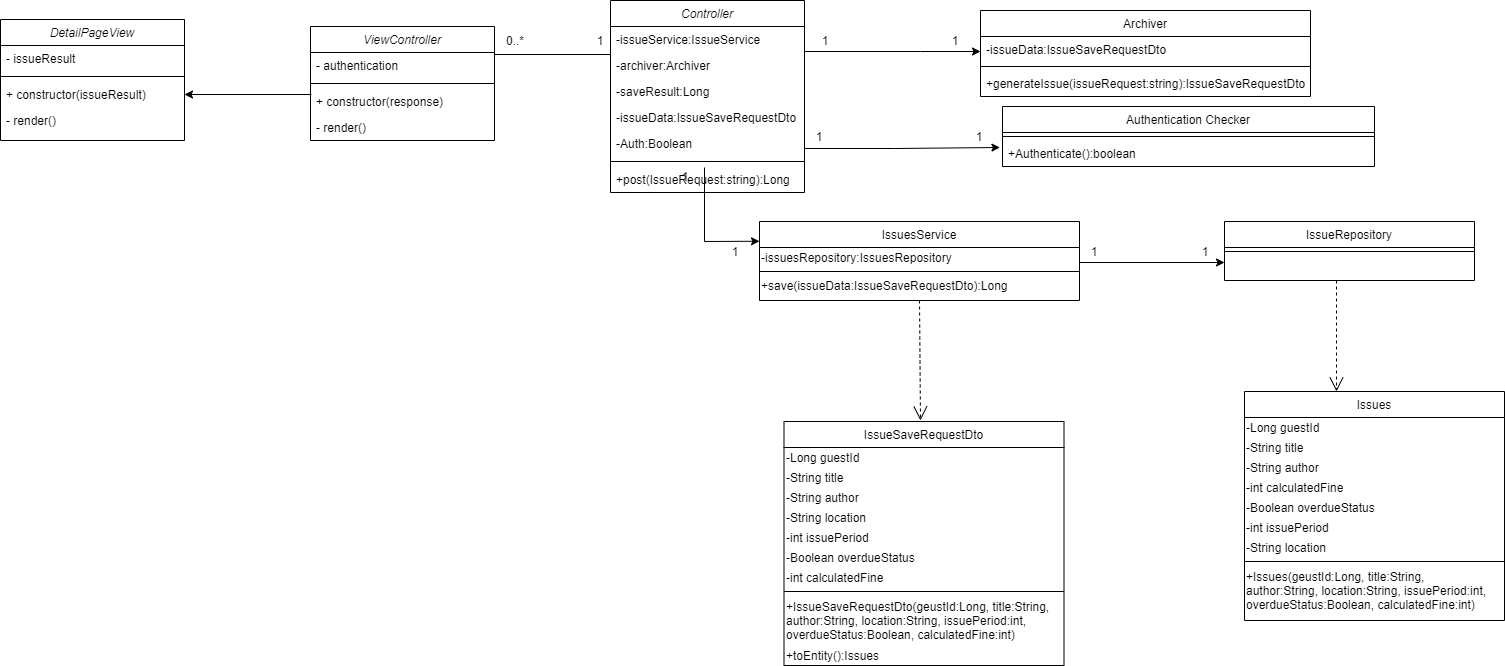
The draw.io diagram docs/ClassDiagram/diagram_images/CD-UC-09.png in youngkwon02/Enhanced-library-management, before a commit. Source tidied: cells renumbered, new cells last; positions are measured from the earlier drawing's top-left corner, leaving out a move shared by most shapes.
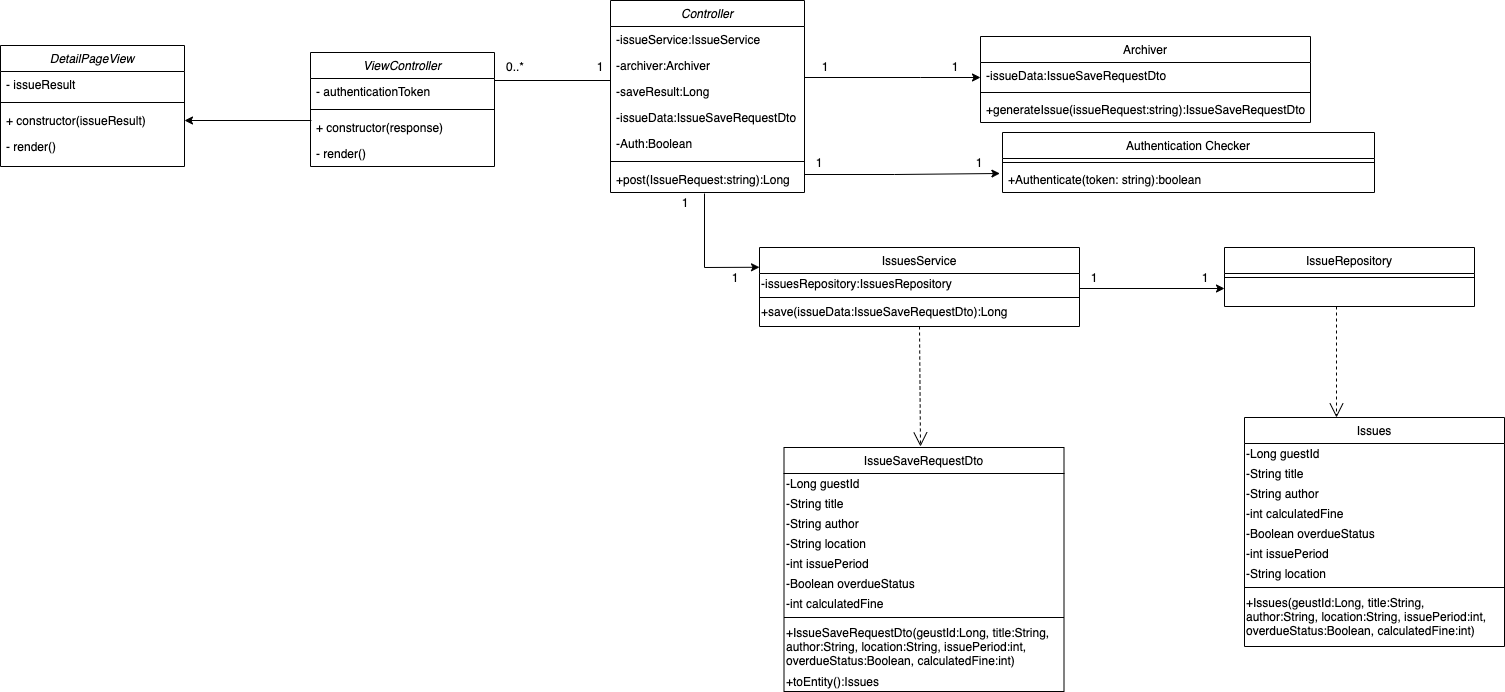
Later version of the same file.

Diff of the diagram source:
```diff
@@ -15,7 +15,7 @@
       <mxGeometry y="60" width="330" height="26" as="geometry" />
     </mxCell>
     <mxCell id="6" value="Controller" style="swimlane;fontStyle=2;align=center;verticalAlign=top;horizontal=1;startSize=26;rounded=0;shadow=0;strokeWidth=1;" parent="1" vertex="1">
-      <mxGeometry x="610" width="194" height="192" as="geometry" />
+      <mxGeometry x="610" y="-26" width="194" height="192" as="geometry" />
     </mxCell>
     <mxCell id="7" value="-issueService:IssueService" style="text;align=left;verticalAlign=top;spacingLeft=4;spacingRight=4;overflow=hidden;" parent="6" vertex="1">
       <mxGeometry y="26" width="194" height="26" as="geometry" />
@@ -187,7 +187,7 @@
     <mxCell id="56" value="ViewController" style="swimlane;fontStyle=2;align=center;verticalAlign=top;horizontal=1;startSize=26;rounded=0;shadow=0;strokeWidth=1;" parent="1" vertex="1">
       <mxGeometry x="310" y="26" width="184" height="114" as="geometry" />
     </mxCell>
-    <mxCell id="57" value="- authentication" style="text;align=left;verticalAlign=top;spacingLeft=4;spacingRight=4;overflow=hidden;" parent="56" vertex="1">
+    <mxCell id="57" value="- authenticationToken" style="text;align=left;verticalAlign=top;spacingLeft=4;spacingRight=4;overflow=hidden;" parent="56" vertex="1">
       <mxGeometry y="26" width="184" height="26" as="geometry" />
     </mxCell>
     <mxCell id="58" style="line;html=1;strokeWidth=1;align=left;verticalAlign=middle;spacingTop=-1;spacingLeft=3;spacingRight=3;labelPosition=right;" parent="56" vertex="1">
@@ -220,7 +220,7 @@
     <mxCell id="67" style="line;html=1;strokeWidth=1;align=left;verticalAlign=middle;spacingTop=-1;spacingLeft=3;spacingRight=3;labelPosition=right;" parent="66" vertex="1">
       <mxGeometry y="26" width="372" height="8" as="geometry" />
     </mxCell>
-    <mxCell id="68" value="+Authenticate():boolean" style="text;align=left;verticalAlign=top;spacingLeft=4;spacingRight=4;overflow=hidden;points=[[0,0.5],[1,0.5]];portConstraint=eastwest;" parent="66" vertex="1">
+    <mxCell id="68" value="+Authenticate(token: string):boolean" style="text;align=left;verticalAlign=top;spacingLeft=4;spacingRight=4;overflow=hidden;points=[[0,0.5],[1,0.5]];portConstraint=eastwest;" parent="66" vertex="1">
       <mxGeometry y="34" width="372" height="26" as="geometry" />
     </mxCell>
     <mxCell id="69" style="endArrow=classic;html=1;rounded=0;entryX=-0.007;entryY=0.269;entryDx=0;entryDy=0;entryPerimeter=0;" parent="1" edge="1" target="68">
```
